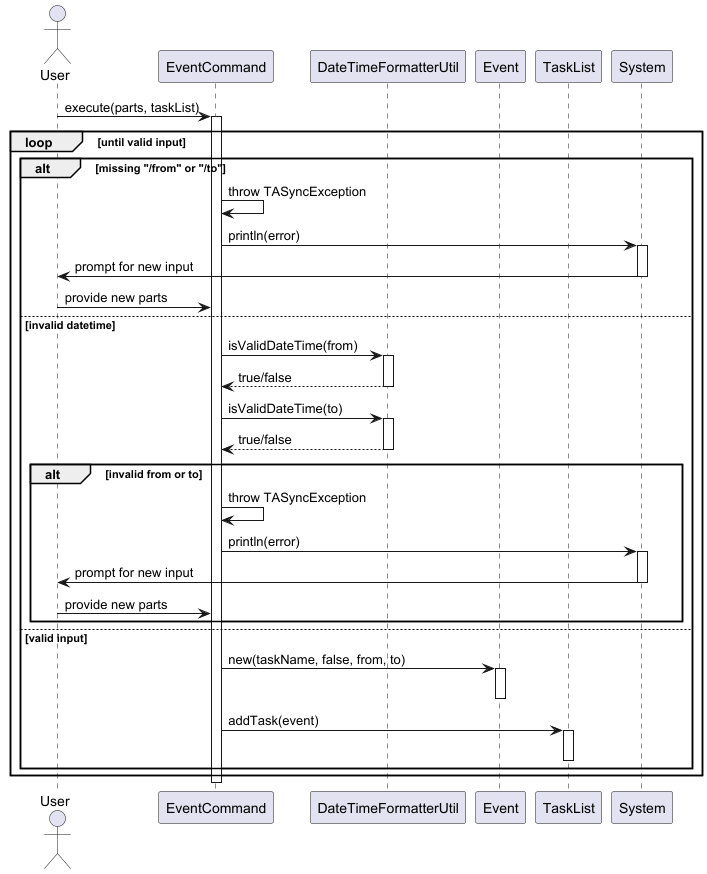
This is docs/diagrams/tasklistcommands/EventCommandSequenceDiagram.png from wongyihao02/tp, a PlantUML export, as it was before one commit.
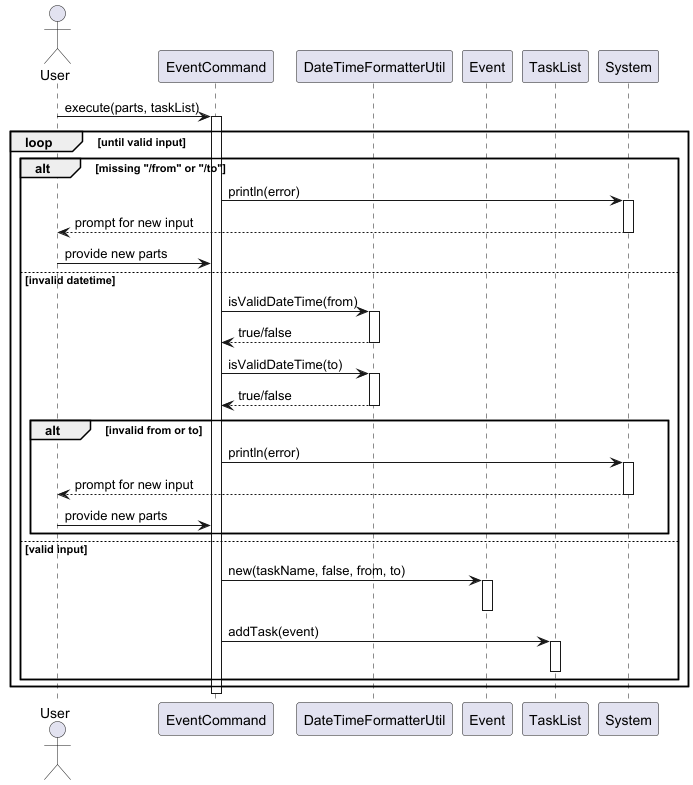
After the commit.

What changed in the source:
```diff
@@ -13,10 +13,9 @@
 
 loop until valid input
     alt missing "/from" or "/to"
-        EventCmd -> EventCmd : throw TASyncException
         EventCmd -> Console : println(error)
         activate Console
-        Console -> User : prompt for new input
+        Console --> User : prompt for new input
         deactivate Console
         User -> EventCmd : provide new parts
     else invalid datetime
@@ -31,10 +30,9 @@
         deactivate Formatter
 
         alt invalid from or to
-            EventCmd -> EventCmd : throw TASyncException
             EventCmd -> Console : println(error)
             activate Console
-            Console -> User : prompt for new input
+            Console --> User : prompt for new input
             deactivate Console
             User -> EventCmd : provide new parts
         end
```
